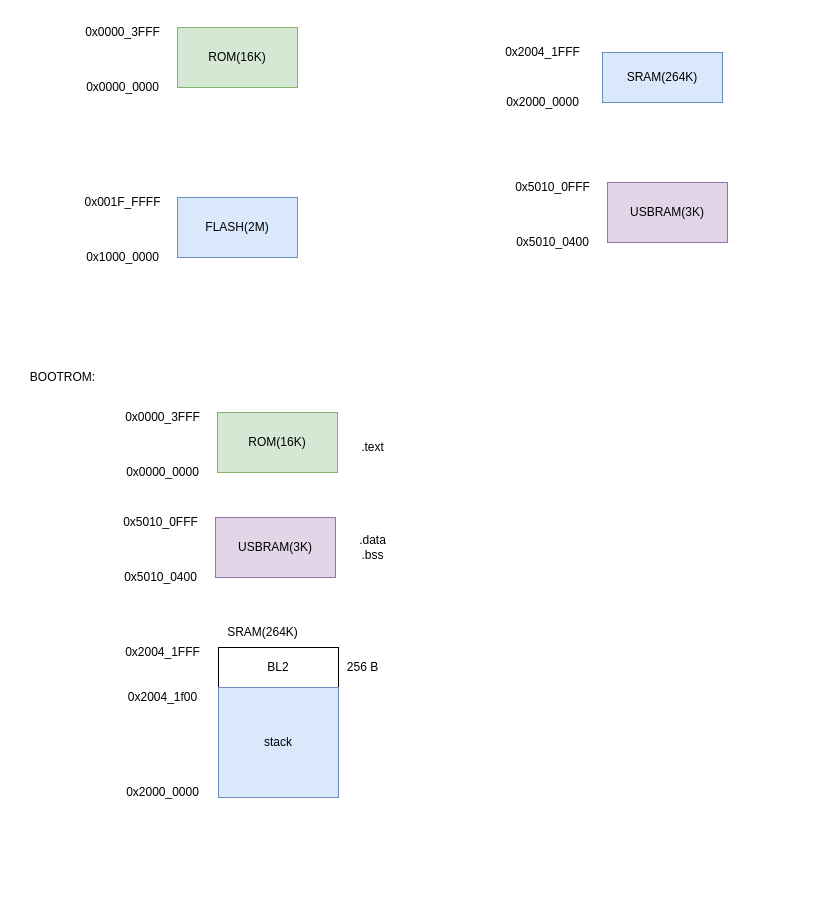
Before: pi_pico.drawio in thomas-coding/drawio, a draw.io diagram. Source tidied: cells renumbered, new cells numbered last; positions are measured from the earlier drawing's top-left corner, leaving out a move shared by most shapes. Both pictures are drawn from the tidied source at 100%, with x=0, y=0 at pixel (17, 17).
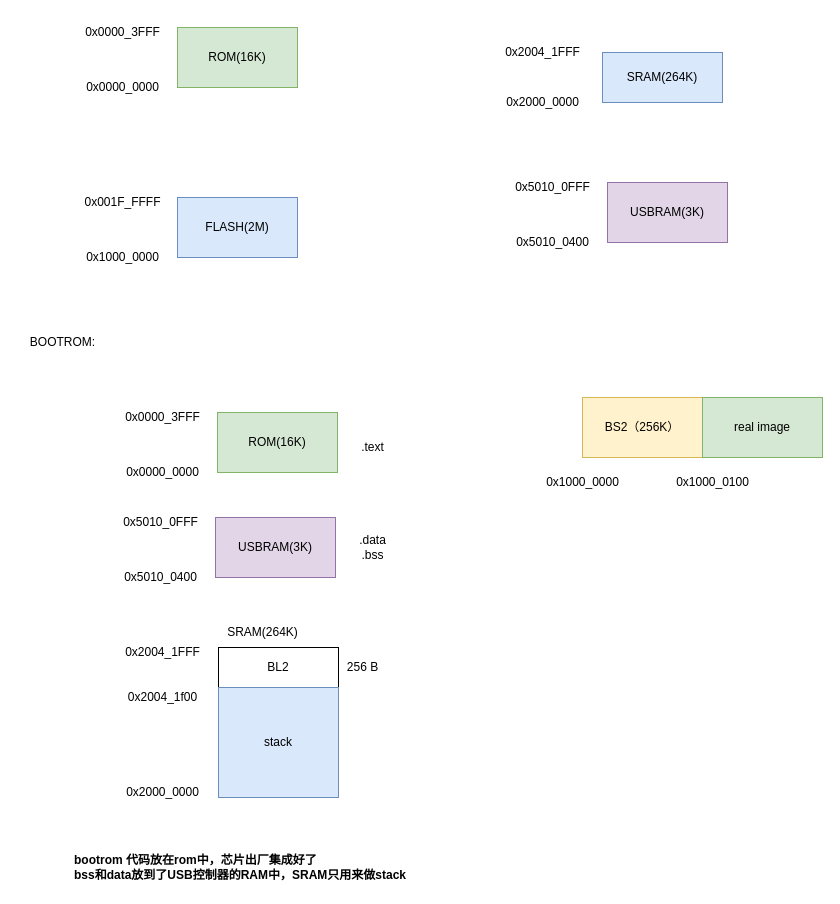
The same page after the edit.

Diff of the diagram source:
```diff
@@
     <mxCell id="14" value="BOOTROM:" style="text;html=1;align=center;verticalAlign=middle;strokeColor=none;fillColor=none;" parent="1" vertex="1">
-      <mxGeometry y="345" width="90" height="30" as="geometry" />
+      <mxGeometry y="310" width="90" height="30" as="geometry" />
     </mxCell>
@@
+    <mxCell id="30" value="&lt;span&gt;bootrom 代码放在rom中，芯片出厂集成好了&lt;br&gt;bss和data放到了USB控制器的RAM中，SRAM只用来做stack&lt;/span&gt;" style="text;html=1;align=left;verticalAlign=middle;strokeColor=none;fillColor=none;fontStyle=1;" parent="1" vertex="1">
+      <mxGeometry x="55" y="830" width="360" height="40" as="geometry" />
+    </mxCell>
+    <mxCell id="31" value="BS2（256K）" style="rounded=0;whiteSpace=wrap;html=1;fillColor=#fff2cc;strokeColor=#d6b656;" parent="1" vertex="1">
+      <mxGeometry x="565" y="380" width="120" height="60" as="geometry" />
+    </mxCell>
+    <mxCell id="32" value="real image" style="rounded=0;whiteSpace=wrap;html=1;fillColor=#d5e8d4;strokeColor=#82b366;" parent="1" vertex="1">
+      <mxGeometry x="685" y="380" width="120" height="60" as="geometry" />
+    </mxCell>
+    <mxCell id="33" value="0x1000_0000" style="text;html=1;align=center;verticalAlign=middle;strokeColor=none;fillColor=none;" parent="1" vertex="1">
+      <mxGeometry x="515" y="450" width="100" height="30" as="geometry" />
+    </mxCell>
+    <mxCell id="34" value="0x1000_0100" style="text;html=1;align=center;verticalAlign=middle;strokeColor=none;fillColor=none;" parent="1" vertex="1">
+      <mxGeometry x="645" y="450" width="100" height="30" as="geometry" />
+    </mxCell>
```
